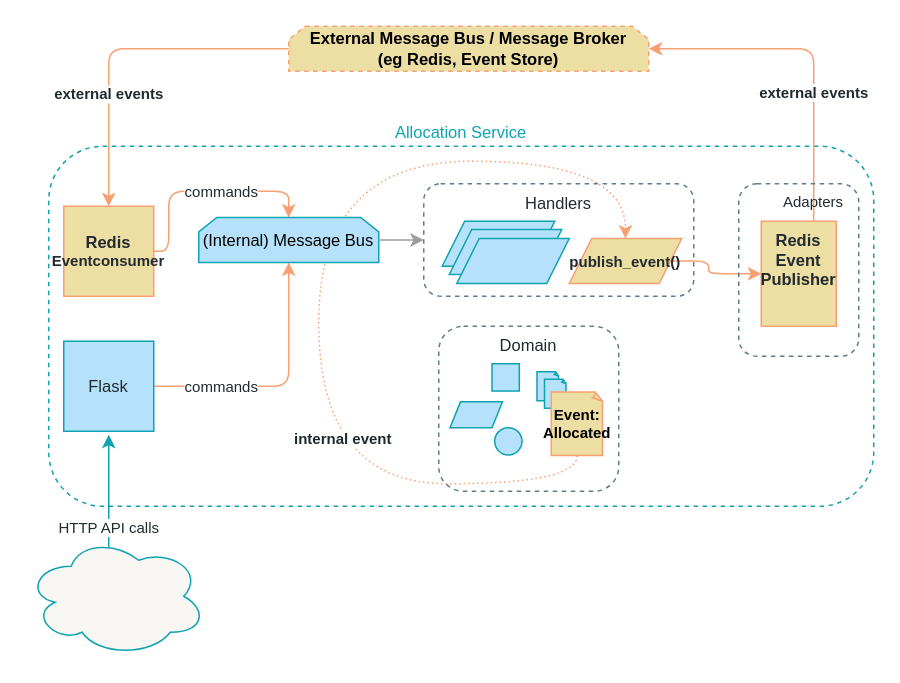
The draw.io diagram page "Chapter 11" (8 of 11) of maps.drawio in cosmicpython/book, before the edit. Source tidied: cells renumbered, new cells numbered last; positions are measured from the earlier drawing's top-left corner, leaving out a move shared by most shapes. Both pictures are drawn from the tidied source at 150%, with x=0, y=0 at pixel (26, 26).
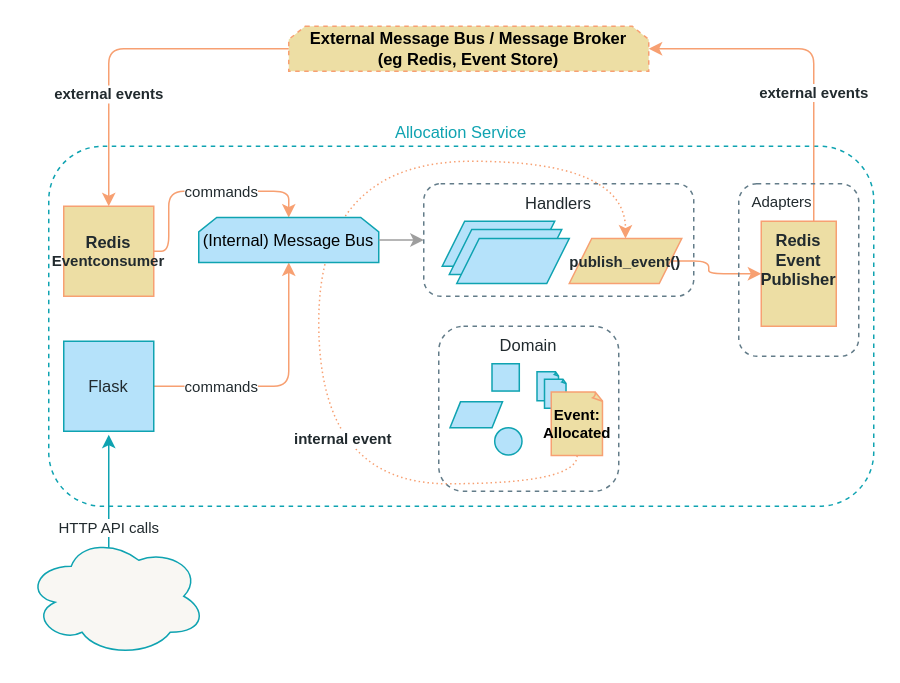
After the change.

What changed in the source:
```diff
@@
-    <mxCell id="23" value="Adapters" style="rounded=1;whiteSpace=wrap;html=1;fontFamily=Guardian Sans Cond Light;verticalAlign=top;fontSize=10;fontColor=#212A2E;fillColor=none;strokeColor=#637C89;fontStyle=0;dashed=1;labelPosition=center;verticalLabelPosition=middle;align=right;spacingRight=8;" parent="1" vertex="1">
+    <mxCell id="23" value="Adapters" style="rounded=1;whiteSpace=wrap;html=1;fontFamily=Guardian Sans Cond Light;verticalAlign=top;fontSize=10;fontColor=#212A2E;fillColor=none;strokeColor=#637C89;fontStyle=0;dashed=1;labelPosition=center;verticalLabelPosition=middle;align=left;spacingRight=0;spacingLeft=7;" parent="1" vertex="1">
       <mxGeometry x="475" y="105" width="80" height="115" as="geometry" />
     </mxCell>
```
